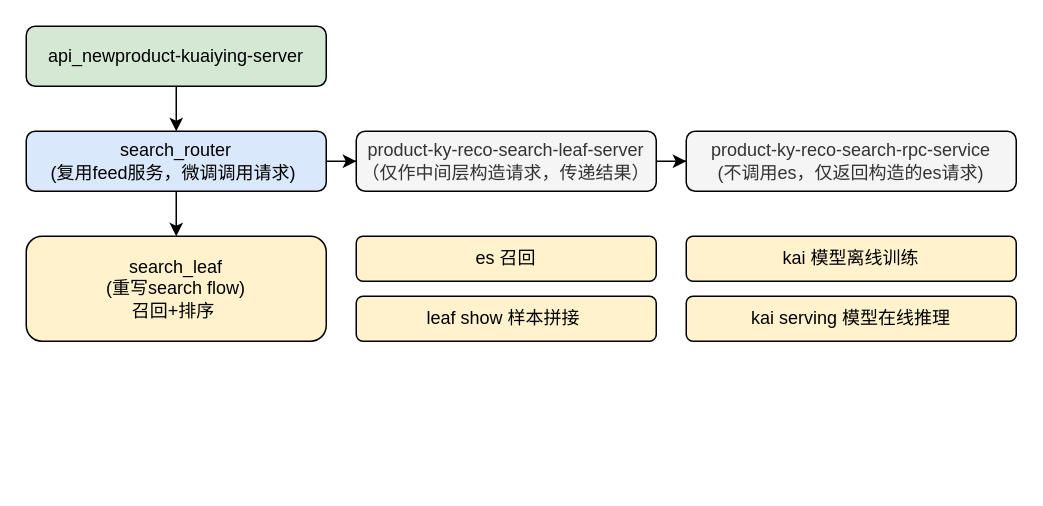
The draw.io diagram search.drawio in limpid-11/drawio, before the edit. Source tidied: cells renumbered, new cells numbered last; positions are measured from the earlier drawing's top-left corner, leaving out a move shared by most shapes. Both pictures are drawn from the tidied source at 150%, with x=0, y=0 at pixel (26, 26).
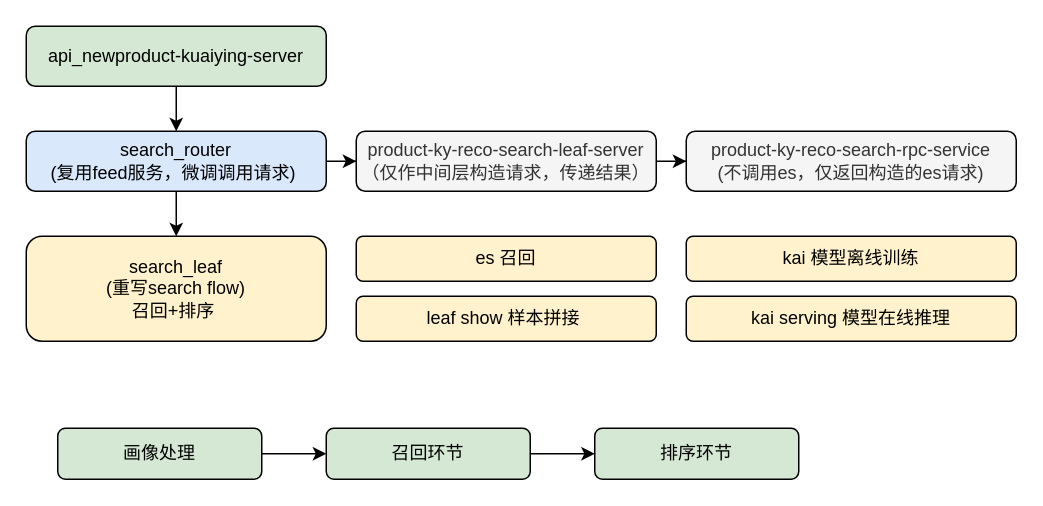
Above is the later version.

What changed in the source:
```diff
@@
 <mxGraphModel>
   <root>
     <mxCell id="0" />
     <mxCell id="1" parent="0" />
     <mxCell id="2" style="edgeStyle=orthogonalEdgeStyle;rounded=0;jettySize=auto;html=1;fontFamily=Helvetica;" parent="1" edge="1" source="3" target="6">
       <mxGeometry relative="1" as="geometry" />
     </mxCell>
     <mxCell id="3" value="api_newproduct-kuaiying-server" style="rounded=1;whiteSpace=wrap;html=1;fillColor=#d5e8d4;strokeColor=#000000;fontFamily=Helvetica;" parent="1" vertex="1">
       <mxGeometry width="200" height="40" as="geometry" />
     </mxCell>
     <mxCell id="4" style="edgeStyle=orthogonalEdgeStyle;rounded=0;jettySize=auto;html=1;fontFamily=Helvetica;" parent="1" edge="1" source="6" target="8">
       <mxGeometry relative="1" as="geometry" />
     </mxCell>
     <mxCell id="5" style="edgeStyle=orthogonalEdgeStyle;rounded=0;jettySize=auto;html=1;fontFamily=Helvetica;" parent="1" edge="1" source="6" target="10">
       <mxGeometry relative="1" as="geometry" />
     </mxCell>
     <mxCell id="6" value="search_router&lt;br&gt;(复用feed服务，微调调用请求)&amp;nbsp;" style="rounded=1;whiteSpace=wrap;html=1;fillColor=#dae8fc;strokeColor=#000000;fontFamily=Helvetica;" parent="1" vertex="1">
       <mxGeometry y="70" width="200" height="40" as="geometry" />
     </mxCell>
     <mxCell id="7" style="edgeStyle=orthogonalEdgeStyle;rounded=0;jettySize=auto;html=1;fontFamily=Helvetica;" parent="1" edge="1" source="8" target="9">
       <mxGeometry relative="1" as="geometry" />
     </mxCell>
     <mxCell id="8" value="product-ky-reco-search-leaf-server&lt;br&gt;（仅作中间层构造请求，传递结果）" style="rounded=1;whiteSpace=wrap;html=1;fillColor=#f5f5f5;fontColor=#333333;strokeColor=#000000;fontFamily=Helvetica;" parent="1" vertex="1">
       <mxGeometry x="220" y="70" width="200" height="40" as="geometry" />
     </mxCell>
     <mxCell id="9" value="product-ky-reco-search-rpc-service&lt;br&gt;(不调用es，仅返回构造的es请求)" style="rounded=1;whiteSpace=wrap;html=1;fillColor=#f5f5f5;strokeColor=#000000;fontColor=#333333;fontFamily=Helvetica;" parent="1" vertex="1">
       <mxGeometry x="440" y="70" width="220" height="40" as="geometry" />
     </mxCell>
     <mxCell id="10" value="search_leaf&lt;br&gt;(重写search flow)&lt;div&gt;&lt;span style=&quot;background-color: transparent; color: light-dark(rgb(0, 0, 0), rgb(255, 255, 255));&quot;&gt;召回+&lt;/span&gt;&lt;span style=&quot;background-color: transparent; color: light-dark(rgb(0, 0, 0), rgb(255, 255, 255));&quot;&gt;排序&amp;nbsp;&lt;/span&gt;&lt;/div&gt;" style="rounded=1;whiteSpace=wrap;html=1;fillColor=#fff2cc;strokeColor=#000000;fontFamily=Helvetica;" parent="1" vertex="1">
       <mxGeometry y="140" width="200" height="70" as="geometry" />
     </mxCell>
     <mxCell id="11" value="&lt;span style=&quot;background-color: transparent; color: light-dark(rgb(0, 0, 0), rgb(255, 255, 255));&quot;&gt;leaf show 样本拼接&amp;nbsp;&lt;/span&gt;" style="rounded=1;whiteSpace=wrap;html=1;fillColor=#fff2cc;strokeColor=#000000;fontFamily=Helvetica;" parent="1" vertex="1">
       <mxGeometry x="220" y="180" width="200" height="30" as="geometry" />
     </mxCell>
     <mxCell id="12" value="es 召回" style="rounded=1;whiteSpace=wrap;html=1;fillColor=#fff2cc;strokeColor=#000000;fontFamily=Helvetica;" parent="1" vertex="1">
       <mxGeometry x="220" y="140" width="200" height="30" as="geometry" />
     </mxCell>
     <mxCell id="13" value="kai 模型离线训练" style="rounded=1;whiteSpace=wrap;html=1;fillColor=#fff2cc;strokeColor=#000000;fontFamily=Helvetica;" parent="1" vertex="1">
       <mxGeometry x="440" y="140" width="220" height="30" as="geometry" />
     </mxCell>
     <mxCell id="14" value="kai serving 模型在线推理" style="rounded=1;whiteSpace=wrap;html=1;fillColor=#fff2cc;strokeColor=#000000;fontFamily=Helvetica;" parent="1" vertex="1">
       <mxGeometry x="440" y="180" width="220" height="30" as="geometry" />
     </mxCell>
+    <mxCell id="15" style="edgeStyle=orthogonalEdgeStyle;rounded=0;jettySize=auto;html=1;" parent="1" edge="1" source="16" target="18">
+      <mxGeometry relative="1" as="geometry" />
+    </mxCell>
+    <mxCell id="16" value="画像处理" style="rounded=1;whiteSpace=wrap;html=1;fillColor=#d5e8d4;strokeColor=#000000;fontFamily=Helvetica;" parent="1" vertex="1">
+      <mxGeometry x="21" y="268" width="136" height="34" as="geometry" />
+    </mxCell>
+    <mxCell id="17" style="edgeStyle=orthogonalEdgeStyle;rounded=0;jettySize=auto;html=1;" parent="1" edge="1" source="18" target="19">
+      <mxGeometry relative="1" as="geometry" />
+    </mxCell>
+    <mxCell id="18" value="召回环节" style="rounded=1;whiteSpace=wrap;html=1;fillColor=#d5e8d4;strokeColor=#000000;fontFamily=Helvetica;" parent="1" vertex="1">
+      <mxGeometry x="200" y="268" width="136" height="34" as="geometry" />
+    </mxCell>
+    <mxCell id="19" value="排序环节" style="rounded=1;whiteSpace=wrap;html=1;fillColor=#d5e8d4;strokeColor=#000000;fontFamily=Helvetica;" parent="1" vertex="1">
+      <mxGeometry x="379" y="268" width="136" height="34" as="geometry" />
+    </mxCell>
   </root>
 </mxGraphModel>
```
